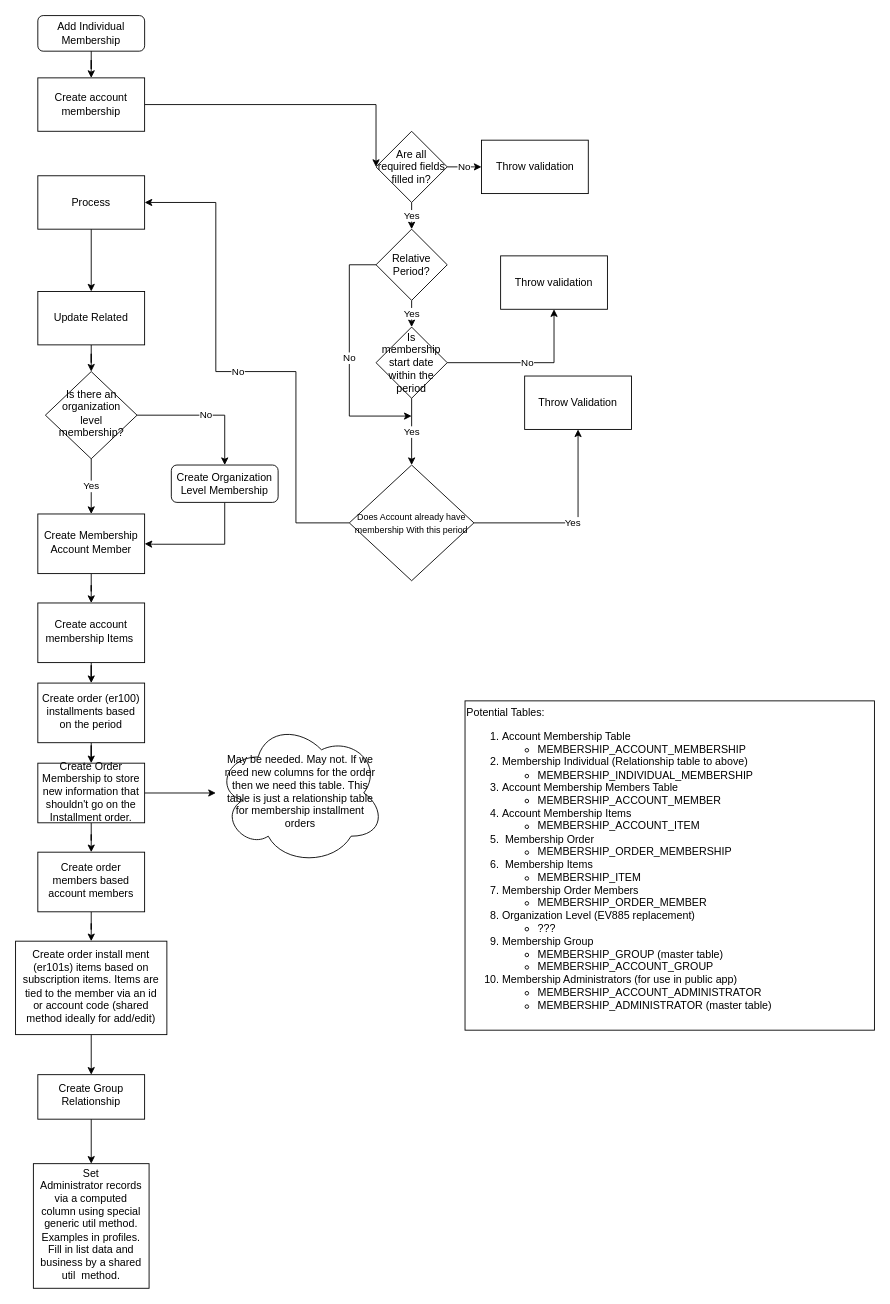
The draw.io diagram MembershipAddIndividual.drawio in shelbyharris/Membership, before the edit. Source tidied: cells renumbered, new cells numbered last; positions are measured from the earlier drawing's top-left corner, leaving out a move shared by most shapes. Both pictures are drawn from the tidied source at 89%, with x=0, y=0 at pixel (15, 15).
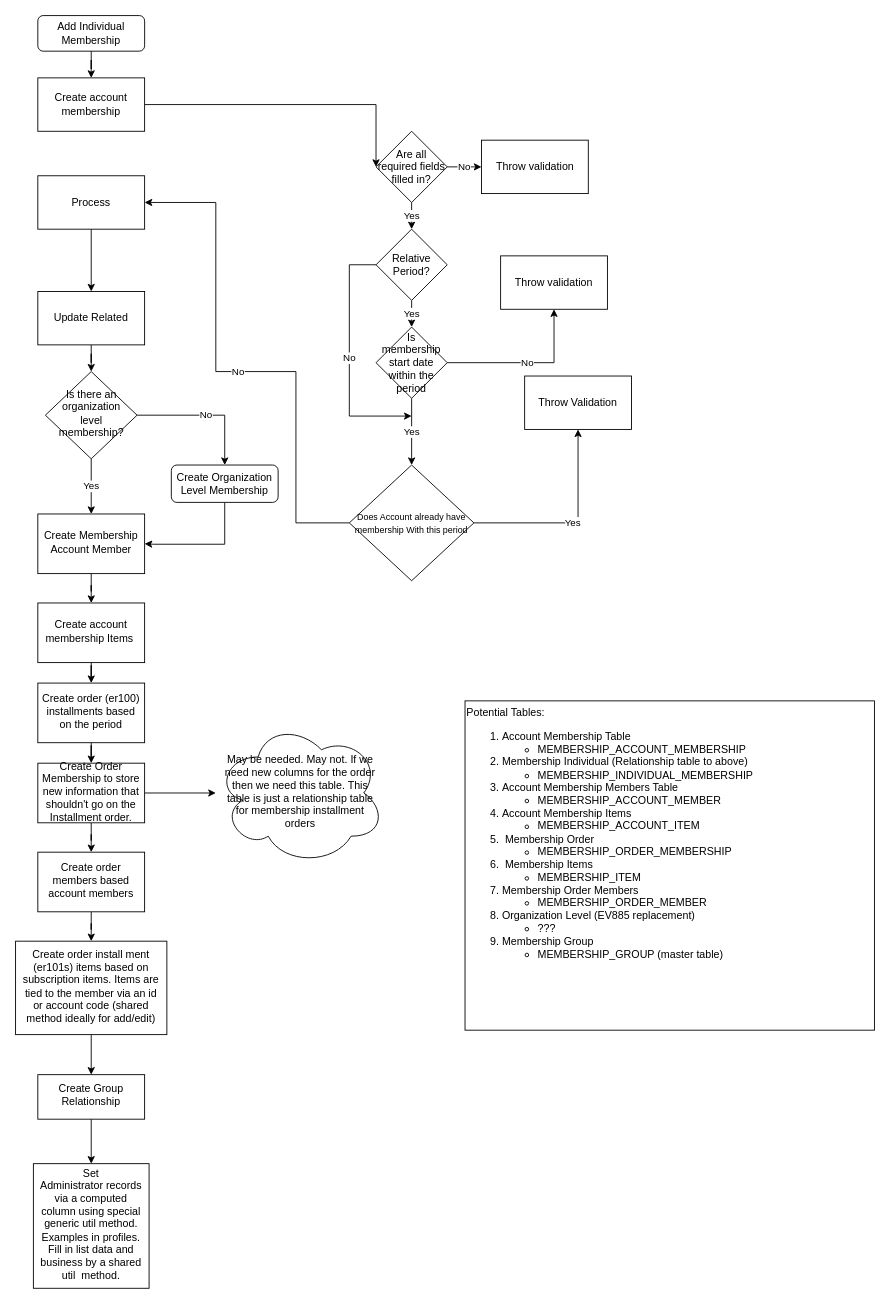
The same page after the edit.

Diff of the diagram source:
```diff
@@
-    <mxCell id="45" value="Potential Tables:&lt;br&gt;&lt;ol&gt;&lt;li&gt;Account Membership Table&lt;br&gt;&lt;/li&gt;&lt;ul&gt;&lt;li&gt;&lt;span&gt;MEMBERSHIP_ACCOUNT_MEMBERSHIP&lt;/span&gt;&lt;/li&gt;&lt;/ul&gt;&lt;li&gt;Membership Individual (Relationship table to above)&lt;/li&gt;&lt;ul&gt;&lt;li&gt;MEMBERSHIP_INDIVIDUAL_MEMBERSHIP&lt;/li&gt;&lt;/ul&gt;&lt;li&gt;Account Membership Members Table&lt;/li&gt;&lt;ul&gt;&lt;li&gt;&lt;span&gt;MEMBERSHIP_ACCOUNT_MEMBER&lt;/span&gt;&lt;/li&gt;&lt;/ul&gt;&lt;li&gt;Account Membership Items&lt;/li&gt;&lt;ul&gt;&lt;li&gt;MEMBERSHIP_ACCOUNT_ITEM&lt;/li&gt;&lt;/ul&gt;&lt;li&gt;&amp;nbsp;Membership Order&lt;/li&gt;&lt;ul&gt;&lt;li&gt;&lt;span&gt;MEMBERSHIP_ORDER_MEMBERSHIP&lt;/span&gt;&lt;/li&gt;&lt;/ul&gt;&lt;li&gt;&amp;nbsp;Membership Items&lt;/li&gt;&lt;ul&gt;&lt;li&gt;MEMBERSHIP_ITEM&lt;/li&gt;&lt;/ul&gt;&lt;li&gt;Membership Order Members&lt;/li&gt;&lt;ul&gt;&lt;li&gt;&lt;span&gt;MEMBERSHIP_ORDER_MEMBER&lt;/span&gt;&lt;/li&gt;&lt;/ul&gt;&lt;li&gt;Organization Level (EV885 replacement)&lt;/li&gt;&lt;ul&gt;&lt;li&gt;???&lt;/li&gt;&lt;/ul&gt;&lt;li&gt;Membership Group&lt;/li&gt;&lt;ul&gt;&lt;li&gt;MEMBERSHIP_GROUP (master table)&lt;/li&gt;&lt;li&gt;MEMBERSHIP_ACCOUNT_GROUP&lt;/li&gt;&lt;/ul&gt;&lt;li&gt;Membership Administrators (for use in public app)&lt;/li&gt;&lt;ul&gt;&lt;li&gt;MEMBERSHIP_ACCOUNT_ADMINISTRATOR&lt;/li&gt;&lt;li&gt;MEMBERSHIP_ADMINISTRATOR (master table)&lt;/li&gt;&lt;/ul&gt;&lt;/ol&gt;" style="rounded=0;whiteSpace=wrap;html=1;align=left;horizontal=1;verticalAlign=top;" parent="1" vertex="1">
+    <mxCell id="45" value="Potential Tables:&lt;br&gt;&lt;ol&gt;&lt;li&gt;Account Membership Table&lt;br&gt;&lt;/li&gt;&lt;ul&gt;&lt;li&gt;&lt;span&gt;MEMBERSHIP_ACCOUNT_MEMBERSHIP&lt;/span&gt;&lt;/li&gt;&lt;/ul&gt;&lt;li&gt;Membership Individual (Relationship table to above)&lt;/li&gt;&lt;ul&gt;&lt;li&gt;MEMBERSHIP_INDIVIDUAL_MEMBERSHIP&lt;/li&gt;&lt;/ul&gt;&lt;li&gt;Account Membership Members Table&lt;/li&gt;&lt;ul&gt;&lt;li&gt;&lt;span&gt;MEMBERSHIP_ACCOUNT_MEMBER&lt;/span&gt;&lt;/li&gt;&lt;/ul&gt;&lt;li&gt;Account Membership Items&lt;/li&gt;&lt;ul&gt;&lt;li&gt;MEMBERSHIP_ACCOUNT_ITEM&lt;/li&gt;&lt;/ul&gt;&lt;li&gt;&amp;nbsp;Membership Order&lt;/li&gt;&lt;ul&gt;&lt;li&gt;&lt;span&gt;MEMBERSHIP_ORDER_MEMBERSHIP&lt;/span&gt;&lt;/li&gt;&lt;/ul&gt;&lt;li&gt;&amp;nbsp;Membership Items&lt;/li&gt;&lt;ul&gt;&lt;li&gt;MEMBERSHIP_ITEM&lt;/li&gt;&lt;/ul&gt;&lt;li&gt;Membership Order Members&lt;/li&gt;&lt;ul&gt;&lt;li&gt;&lt;span&gt;MEMBERSHIP_ORDER_MEMBER&lt;/span&gt;&lt;/li&gt;&lt;/ul&gt;&lt;li&gt;Organization Level (EV885 replacement)&lt;/li&gt;&lt;ul&gt;&lt;li&gt;???&lt;/li&gt;&lt;/ul&gt;&lt;li&gt;Membership Group&lt;/li&gt;&lt;ul&gt;&lt;li&gt;MEMBERSHIP_GROUP (master table)&lt;/li&gt;&lt;/ul&gt;&lt;/ol&gt;" style="rounded=0;whiteSpace=wrap;html=1;align=left;horizontal=1;verticalAlign=top;" parent="1" vertex="1">
       <mxGeometry x="505" y="770" width="460" height="370" as="geometry" />
     </mxCell>
```
